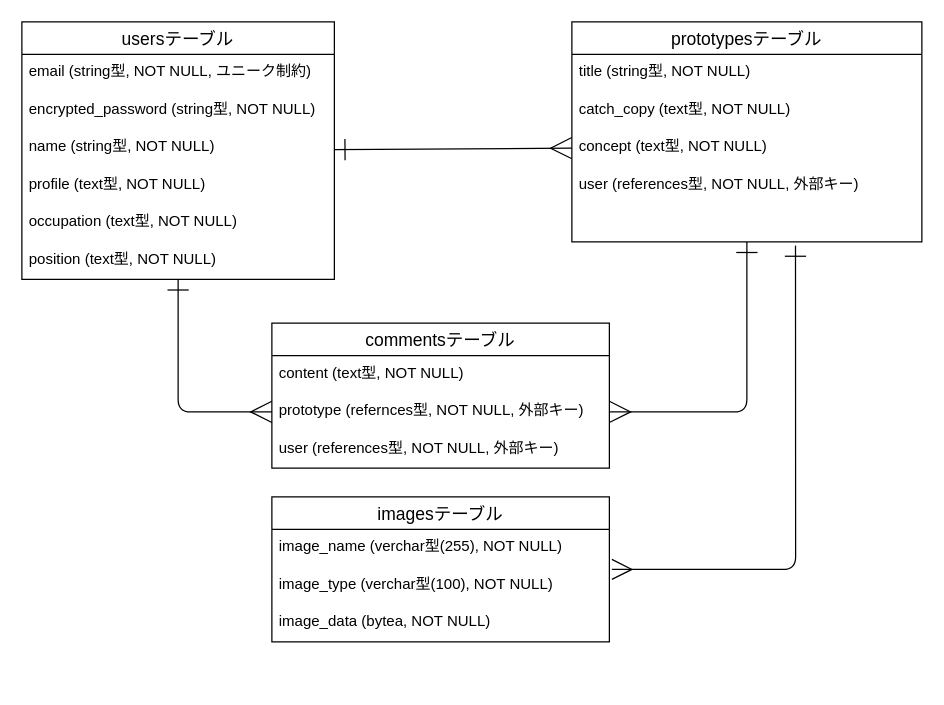
miyawaki3819/protospace-42610 keeps this draw.io diagram as protospace/protospace.dio. Above is the earlier version. Source tidied: cells renumbered, new cells numbered last; positions are measured from the earlier drawing's top-left corner, leaving out a move shared by most shapes. Both pictures are drawn from the tidied source at 125%, with x=0, y=0 at pixel (21, 21).
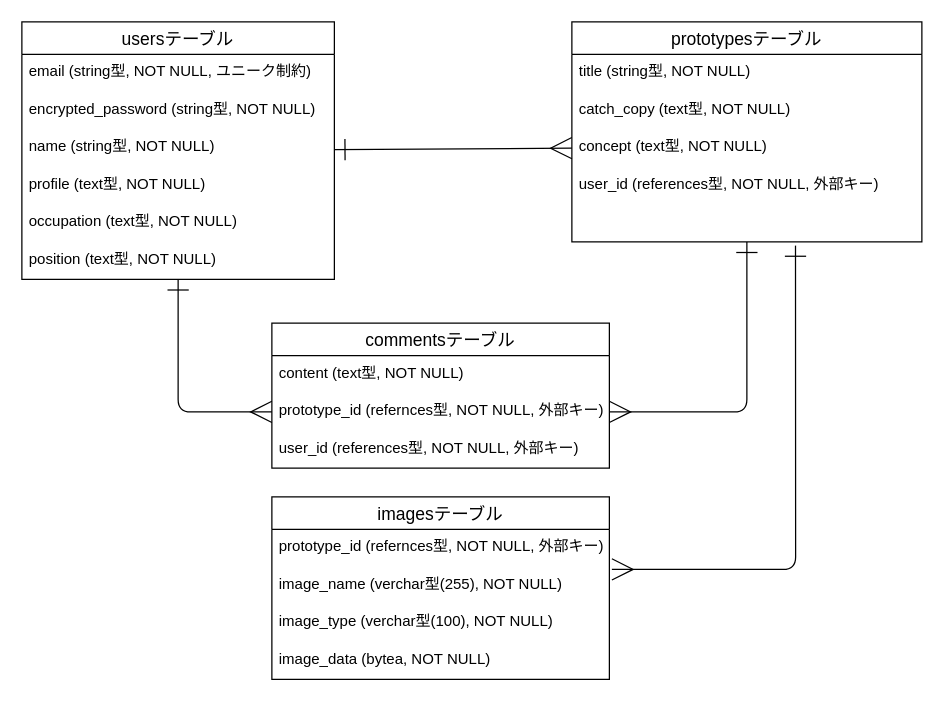
Above is the later version.

Unchanged cells that the change refers to:
```xml
<mxCell id="9" value="prototypesテーブル" style="swimlane;fontStyle=0;horizontal=1;startSize=26;align=center;fontSize=14;" parent="1" vertex="1">
  <mxGeometry x="440" width="280" height="176" as="geometry" />
</mxCell>
<mxCell id="16" value="commentsテーブル" style="swimlane;fontStyle=0;horizontal=1;startSize=26;align=center;fontSize=14;" parent="1" vertex="1">
  <mxGeometry x="200" y="241" width="270" height="116" as="geometry" />
</mxCell>
```

The edit, as a diff of the source:
```diff
@@
-    <mxCell id="13" value="user&lt;span style=&quot;color: rgb(0, 0, 0);&quot;&gt;&amp;nbsp;(references型, NOT NULL, 外部キー)&lt;/span&gt;" style="text;strokeColor=none;fillColor=none;spacingLeft=4;spacingRight=4;overflow=hidden;fontSize=12;whiteSpace=wrap;html=1;" parent="9" vertex="1">
+    <mxCell id="13" value="user_id&lt;span style=&quot;color: rgb(0, 0, 0);&quot;&gt;&amp;nbsp;(references型, NOT NULL, 外部キー)&lt;/span&gt;" style="text;strokeColor=none;fillColor=none;spacingLeft=4;spacingRight=4;overflow=hidden;fontSize=12;whiteSpace=wrap;html=1;" parent="9" vertex="1">
       <mxGeometry y="116" width="280" height="30" as="geometry" />
     </mxCell>
@@
-    <mxCell id="18" value="prototype&lt;span style=&quot;color: rgb(0, 0, 0);&quot;&gt;&amp;nbsp;(refernces型, NOT NULL, 外部キー)&lt;/span&gt;" style="text;strokeColor=none;fillColor=none;spacingLeft=4;spacingRight=4;overflow=hidden;points=[[0,0.5],[1,0.5]];portConstraint=eastwest;fontSize=12;whiteSpace=wrap;html=1;" parent="16" vertex="1">
+    <mxCell id="18" value="prototype_id&lt;span style=&quot;color: rgb(0, 0, 0);&quot;&gt;&amp;nbsp;(refernces型, NOT NULL, 外部キー)&lt;/span&gt;" style="text;strokeColor=none;fillColor=none;spacingLeft=4;spacingRight=4;overflow=hidden;points=[[0,0.5],[1,0.5]];portConstraint=eastwest;fontSize=12;whiteSpace=wrap;html=1;" parent="16" vertex="1">
       <mxGeometry y="56" width="270" height="30" as="geometry" />
     </mxCell>
-    <mxCell id="19" value="user&lt;span style=&quot;color: rgb(0, 0, 0);&quot;&gt;&amp;nbsp;(references型, NOT NULL, 外部キー)&lt;/span&gt;" style="text;strokeColor=none;fillColor=none;spacingLeft=4;spacingRight=4;overflow=hidden;fontSize=12;whiteSpace=wrap;html=1;" parent="16" vertex="1">
+    <mxCell id="19" value="user_id&lt;span style=&quot;color: rgb(0, 0, 0);&quot;&gt;&amp;nbsp;(references型, NOT NULL, 外部キー)&lt;/span&gt;" style="text;strokeColor=none;fillColor=none;spacingLeft=4;spacingRight=4;overflow=hidden;fontSize=12;whiteSpace=wrap;html=1;" parent="16" vertex="1">
       <mxGeometry y="86" width="270" height="30" as="geometry" />
     </mxCell>
@@
     <mxCell id="22" value="imagesテーブル" style="swimlane;fontStyle=0;horizontal=1;startSize=26;align=center;fontSize=14;" parent="1" vertex="1">
-      <mxGeometry x="200" y="380" width="270" height="116" as="geometry" />
+      <mxGeometry x="200" y="380" width="270" height="146" as="geometry" />
     </mxCell>
+    <mxCell id="27" value="&lt;span style=&quot;color: rgb(0, 0, 0);&quot;&gt;prototype_id&lt;/span&gt;&lt;span style=&quot;scrollbar-color: rgb(226, 226, 226) rgb(251, 251, 251); color: rgb(0, 0, 0);&quot;&gt;&amp;nbsp;(refernces型, NOT NULL, 外部キー)&lt;/span&gt;" style="text;strokeColor=none;fillColor=none;spacingLeft=4;spacingRight=4;overflow=hidden;fontSize=12;whiteSpace=wrap;html=1;" parent="22" vertex="1">
+      <mxGeometry y="26" width="270" height="30" as="geometry" />
+    </mxCell>
     <mxCell id="23" value="&lt;span style=&quot;color: rgb(0, 0, 0);&quot;&gt;image_name (verchar型(255), NOT NULL)&lt;/span&gt;" style="text;strokeColor=none;fillColor=none;spacingLeft=4;spacingRight=4;overflow=hidden;fontSize=12;whiteSpace=wrap;html=1;" parent="22" vertex="1">
-      <mxGeometry y="26" width="270" height="30" as="geometry" />
+      <mxGeometry y="56" width="270" height="30" as="geometry" />
     </mxCell>
     <mxCell id="24" value="&lt;span style=&quot;color: rgb(0, 0, 0);&quot;&gt;image_type&lt;/span&gt;&lt;span style=&quot;scrollbar-color: rgb(226, 226, 226) rgb(251, 251, 251); color: rgb(0, 0, 0);&quot;&gt;&amp;nbsp;(verchar型(100), NOT NULL)&lt;/span&gt;" style="text;strokeColor=none;fillColor=none;spacingLeft=4;spacingRight=4;overflow=hidden;fontSize=12;whiteSpace=wrap;html=1;" parent="22" vertex="1">
-      <mxGeometry y="56" width="270" height="30" as="geometry" />
+      <mxGeometry y="86" width="270" height="30" as="geometry" />
     </mxCell>
     <mxCell id="25" value="image_data&lt;span style=&quot;color: rgb(0, 0, 0);&quot;&gt;&amp;nbsp;(bytea, NOT NULL)&lt;/span&gt;" style="text;strokeColor=none;fillColor=none;spacingLeft=4;spacingRight=4;overflow=hidden;fontSize=12;whiteSpace=wrap;html=1;" parent="22" vertex="1">
-      <mxGeometry y="86" width="270" height="30" as="geometry" />
+      <mxGeometry y="116" width="270" height="30" as="geometry" />
     </mxCell>
-    <mxCell id="26" style="edgeStyle=none;html=1;entryX=0.646;entryY=1.1;entryDx=0;entryDy=0;entryPerimeter=0;endArrow=ERone;endFill=0;startArrow=ERmany;startFill=0;endSize=15;startSize=14;" parent="1" edge="1">
+    <mxCell id="26" style="edgeStyle=none;html=1;entryX=0.646;entryY=1.1;entryDx=0;entryDy=0;entryPerimeter=0;endArrow=ERone;endFill=0;startArrow=ERmany;startFill=0;endSize=15;startSize=15;" parent="1" edge="1">
       <mxGeometry relative="1" as="geometry">
         <mxPoint x="472" y="438" as="sourcePoint" />
         <mxPoint x="618.9" y="179" as="targetPoint" />
         <Array as="points">
           <mxPoint x="619" y="438" />
         </Array>
       </mxGeometry>
     </mxCell>
```
